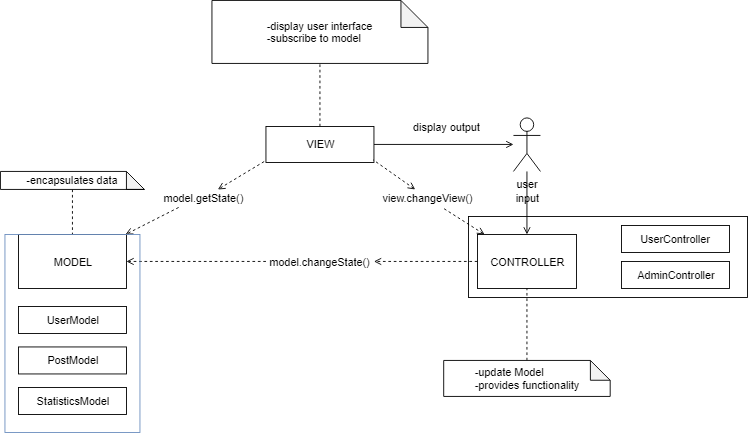
This is Documentatie/img/mvc.png from teonasolescu/LostPets, a draw.io export, as it was before one commit. Source tidied: cells renumbered, new cells last; positions are measured from the earlier drawing's top-left corner, leaving out a move shared by most shapes. Source of this version:
```xml
<mxGraphModel background="#ffffff">
  <root>
    <mxCell id="0" />
    <mxCell id="1" parent="0" />
    <mxCell id="2" style="edgeStyle=orthogonalEdgeStyle;rounded=0;jettySize=auto;html=1;dashed=1;endArrow=none;endFill=0;" parent="1" edge="1" source="5" target="10">
      <mxGeometry relative="1" as="geometry" />
    </mxCell>
    <mxCell id="3" style="rounded=0;jettySize=auto;html=1;dashed=1;endArrow=open;endFill=0;exitX=0.25;exitY=1;exitDx=0;exitDy=0;startArrow=none;startFill=0;" parent="1" edge="1" source="11" target="6">
      <mxGeometry relative="1" as="geometry" />
    </mxCell>
    <mxCell id="4" style="edgeStyle=none;rounded=0;jettySize=auto;html=1;startArrow=none;startFill=0;endArrow=open;endFill=0;" parent="1" edge="1" source="5" target="17">
      <mxGeometry relative="1" as="geometry" />
    </mxCell>
    <mxCell id="5" value="VIEW" style="rounded=0;whiteSpace=wrap;html=1;" parent="1" vertex="1">
      <mxGeometry x="295" y="140" width="120" height="40" as="geometry" />
    </mxCell>
    <mxCell id="6" value="MODEL" style="rounded=0;whiteSpace=wrap;html=1;" parent="1" vertex="1">
      <mxGeometry x="20" y="260" width="120" height="60" as="geometry" />
    </mxCell>
    <mxCell id="7" style="edgeStyle=none;rounded=0;jettySize=auto;html=1;dashed=1;endArrow=none;endFill=0;entryX=0.992;entryY=0.925;entryDx=0;entryDy=0;entryPerimeter=0;startArrow=open;startFill=0;" parent="1" edge="1" source="13" target="5">
      <mxGeometry relative="1" as="geometry" />
    </mxCell>
    <mxCell id="8" style="edgeStyle=none;rounded=0;jettySize=auto;html=1;entryX=1;entryY=0.5;entryDx=0;entryDy=0;dashed=1;startArrow=none;startFill=0;endArrow=open;endFill=0;" parent="1" edge="1" source="15" target="6">
      <mxGeometry relative="1" as="geometry" />
    </mxCell>
    <mxCell id="9" value="CONTROLLER" style="rounded=0;whiteSpace=wrap;html=1;" parent="1" vertex="1">
      <mxGeometry x="530" y="260" width="110" height="60" as="geometry" />
    </mxCell>
    <mxCell id="10" value="&lt;div style=&quot;text-align: left&quot;&gt;&lt;span&gt;-display user interface&lt;/span&gt;&lt;/div&gt;&lt;div style=&quot;text-align: left&quot;&gt;&lt;span&gt;-subscribe to model&lt;/span&gt;&lt;/div&gt;" style="shape=note;whiteSpace=wrap;html=1;backgroundOutline=1;darkOpacity=0.05;" parent="1" vertex="1">
      <mxGeometry x="235" width="240" height="70" as="geometry" />
    </mxCell>
    <mxCell id="11" value="model.getState()" style="text;html=1;strokeColor=none;fillColor=none;align=center;verticalAlign=middle;whiteSpace=wrap;rounded=0;" parent="1" vertex="1">
      <mxGeometry x="170" y="210" width="110" height="20" as="geometry" />
    </mxCell>
    <mxCell id="12" style="rounded=0;jettySize=auto;html=1;dashed=1;endArrow=open;endFill=0;exitX=-0.017;exitY=0.975;exitDx=0;exitDy=0;exitPerimeter=0;startArrow=none;startFill=0;" parent="1" edge="1" source="5" target="11">
      <mxGeometry relative="1" as="geometry" />
    </mxCell>
    <mxCell id="13" value="view.changeView()" style="text;html=1;strokeColor=none;fillColor=none;align=center;verticalAlign=middle;whiteSpace=wrap;rounded=0;" parent="1" vertex="1">
      <mxGeometry x="415" y="210" width="120" height="20" as="geometry" />
    </mxCell>
    <mxCell id="14" style="edgeStyle=none;rounded=0;jettySize=auto;html=1;dashed=1;endArrow=none;endFill=0;startArrow=open;startFill=0;" parent="1" edge="1" source="9" target="13">
      <mxGeometry relative="1" as="geometry" />
    </mxCell>
    <mxCell id="15" value="model.changeState()" style="text;html=1;strokeColor=none;fillColor=none;align=center;verticalAlign=middle;whiteSpace=wrap;rounded=0;" parent="1" vertex="1">
      <mxGeometry x="295" y="280" width="120" height="20" as="geometry" />
    </mxCell>
    <mxCell id="16" style="edgeStyle=none;rounded=0;jettySize=auto;html=1;entryX=1;entryY=0.5;entryDx=0;entryDy=0;dashed=1;startArrow=none;startFill=0;endArrow=open;endFill=0;" parent="1" edge="1" source="9" target="15">
      <mxGeometry relative="1" as="geometry" />
    </mxCell>
    <mxCell id="17" value="user" style="shape=umlActor;verticalLabelPosition=bottom;labelBackgroundColor=#ffffff;verticalAlign=top;html=1;outlineConnect=0;" parent="1" vertex="1">
      <mxGeometry x="570" y="130" width="30" height="60" as="geometry" />
    </mxCell>
    <mxCell id="18" value="display output" style="text;html=1;strokeColor=none;fillColor=none;align=center;verticalAlign=middle;whiteSpace=wrap;rounded=0;" parent="1" vertex="1">
      <mxGeometry x="440" y="130" width="110" height="20" as="geometry" />
    </mxCell>
    <mxCell id="19" value="input" style="text;html=1;strokeColor=none;fillColor=none;align=center;verticalAlign=middle;whiteSpace=wrap;rounded=0;" parent="1" vertex="1">
      <mxGeometry x="545" y="210" width="80" height="20" as="geometry" />
    </mxCell>
    <mxCell id="20" style="edgeStyle=none;rounded=0;jettySize=auto;html=1;startArrow=none;startFill=0;endArrow=open;endFill=0;" parent="1" edge="1" source="17">
      <mxGeometry relative="1" as="geometry">
        <mxPoint x="585" y="260" as="targetPoint" />
      </mxGeometry>
    </mxCell>
    <mxCell id="21" style="edgeStyle=none;rounded=0;jettySize=auto;html=1;startArrow=none;startFill=0;endArrow=none;endFill=0;dashed=1;" parent="1" edge="1" source="22" target="6">
      <mxGeometry relative="1" as="geometry" />
    </mxCell>
    <mxCell id="22" value="&lt;div style=&quot;text-align: left&quot;&gt;-encapsulates data&lt;/div&gt;" style="shape=note;whiteSpace=wrap;html=1;backgroundOutline=1;darkOpacity=0.05;" parent="1" vertex="1">
      <mxGeometry y="190" width="160" height="20" as="geometry" />
    </mxCell>
    <mxCell id="23" style="edgeStyle=none;rounded=0;jettySize=auto;html=1;dashed=1;startArrow=none;startFill=0;endArrow=none;endFill=0;" parent="1" edge="1" source="24" target="9">
      <mxGeometry relative="1" as="geometry" />
    </mxCell>
    <mxCell id="24" value="&lt;div style=&quot;text-align: left&quot;&gt;-update Model&lt;/div&gt;&lt;div style=&quot;text-align: left&quot;&gt;-provides functionality&lt;/div&gt;" style="shape=note;whiteSpace=wrap;html=1;backgroundOutline=1;darkOpacity=0.05;size=22;" parent="1" vertex="1">
      <mxGeometry x="492.5" y="400" width="185" height="40" as="geometry" />
    </mxCell>
    <mxCell id="25" value="UserModel" style="rounded=0;whiteSpace=wrap;html=1;" parent="1" vertex="1">
      <mxGeometry x="20" y="340" width="120" height="30" as="geometry" />
    </mxCell>
    <mxCell id="26" value="PostModel" style="rounded=0;whiteSpace=wrap;html=1;" parent="1" vertex="1">
      <mxGeometry x="20" y="385" width="120" height="30" as="geometry" />
    </mxCell>
    <mxCell id="27" value="StatisticsModel" style="rounded=0;whiteSpace=wrap;html=1;" parent="1" vertex="1">
      <mxGeometry x="20" y="430" width="120" height="30" as="geometry" />
    </mxCell>
    <mxCell id="28" style="rounded=0;whiteSpace=wrap;html=1;fillColor=none;strokeColor=#6c8ebf;" parent="1" vertex="1">
      <mxGeometry x="5" y="260" width="150" height="220" as="geometry" />
    </mxCell>
    <mxCell id="29" style="rounded=0;whiteSpace=wrap;html=1;fillColor=none;" parent="1" vertex="1">
      <mxGeometry x="520" y="240" width="310" height="90" as="geometry" />
    </mxCell>
    <mxCell id="30" value="UserController" style="rounded=0;whiteSpace=wrap;html=1;fillColor=none;" parent="1" vertex="1">
      <mxGeometry x="690" y="250" width="120" height="30" as="geometry" />
    </mxCell>
    <mxCell id="31" value="AdminController" style="rounded=0;whiteSpace=wrap;html=1;fillColor=none;" parent="1" vertex="1">
      <mxGeometry x="690" y="290" width="120" height="30" as="geometry" />
    </mxCell>
  </root>
</mxGraphModel>
```
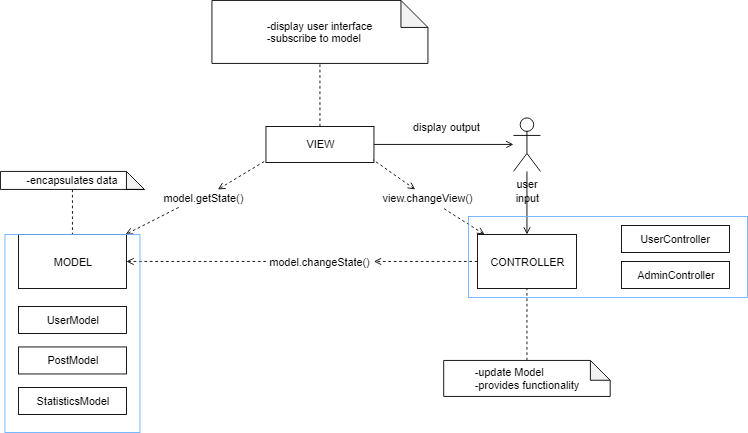
Later version of the same file.

Diff of the diagram source:
```diff
@@ -82,10 +82,10 @@
     <mxCell id="27" value="StatisticsModel" style="rounded=0;whiteSpace=wrap;html=1;" parent="1" vertex="1">
       <mxGeometry x="20" y="430" width="120" height="30" as="geometry" />
     </mxCell>
-    <mxCell id="28" style="rounded=0;whiteSpace=wrap;html=1;fillColor=none;strokeColor=#6c8ebf;" parent="1" vertex="1">
+    <mxCell id="28" style="rounded=0;whiteSpace=wrap;html=1;fillColor=none;strokeColor=#66B2FF;" parent="1" vertex="1">
       <mxGeometry x="5" y="260" width="150" height="220" as="geometry" />
     </mxCell>
-    <mxCell id="29" style="rounded=0;whiteSpace=wrap;html=1;fillColor=none;" parent="1" vertex="1">
+    <mxCell id="29" style="rounded=0;whiteSpace=wrap;html=1;fillColor=none;strokeColor=#66B2FF;" parent="1" vertex="1">
       <mxGeometry x="520" y="240" width="310" height="90" as="geometry" />
     </mxCell>
     <mxCell id="30" value="UserController" style="rounded=0;whiteSpace=wrap;html=1;fillColor=none;" parent="1" vertex="1">
```
